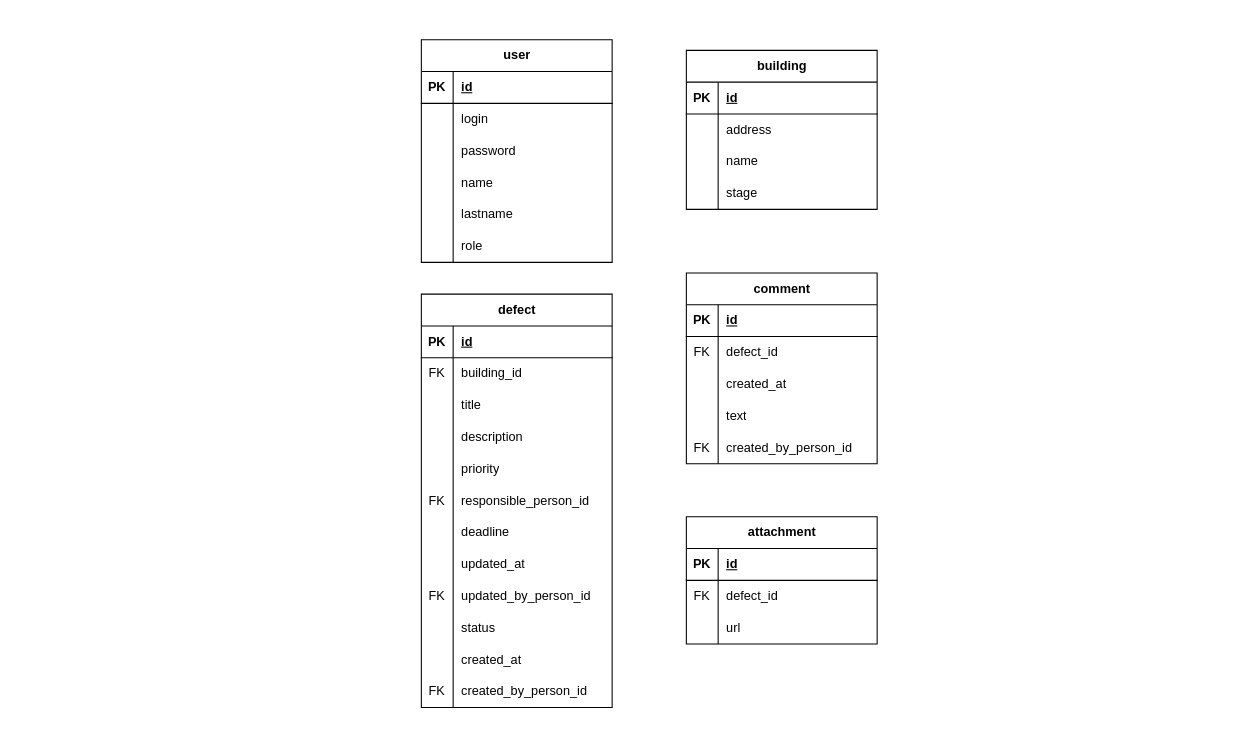
This is buisness analytics/BuilDefect_ER.drawio from Quasar777/buildefect, a draw.io file, before an edit. Source tidied: cells renumbered, new cells numbered last; positions are measured from the earlier drawing's top-left corner, leaving out a move shared by most shapes. Both pictures are drawn from the tidied source at 106%, with x=0, y=0 at pixel (421, 39).
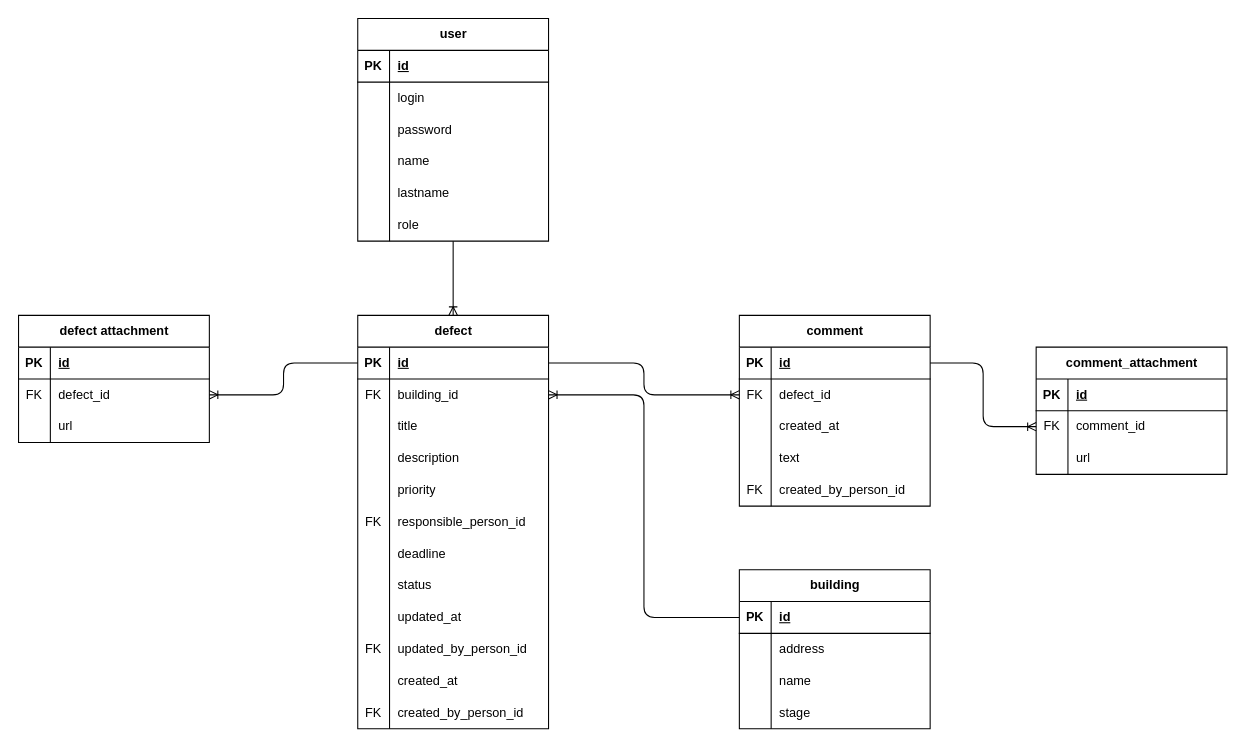
The same page after the edit.

The change refers to these unchanged cells:
```xml
<mxCell id="3" style="shape=tableRow;horizontal=0;startSize=0;swimlaneHead=0;swimlaneBody=0;fillColor=none;points=[[0,0.5],[1,0.5]];portConstraint=eastwest;top=0;left=0;right=0;bottom=1;" parent="2" vertex="1">
  <mxGeometry y="30" width="180" height="30" as="geometry" />
</mxCell>
<mxCell id="16" style="shape=tableRow;horizontal=0;startSize=0;swimlaneHead=0;swimlaneBody=0;fillColor=none;points=[[0,0.5],[1,0.5]];portConstraint=eastwest;top=0;left=0;right=0;bottom=1;" parent="15" vertex="1">
  <mxGeometry y="30" width="180" height="30" as="geometry" />
</mxCell>
<mxCell id="19" style="shape=tableRow;horizontal=0;startSize=0;swimlaneHead=0;swimlaneBody=0;fillColor=none;points=[[0,0.5],[1,0.5]];portConstraint=eastwest;top=0;left=0;right=0;bottom=0;" parent="15" vertex="1">
  <mxGeometry y="60" width="180" height="30" as="geometry" />
</mxCell>
<mxCell id="75" style="shape=tableRow;horizontal=0;startSize=0;swimlaneHead=0;swimlaneBody=0;fillColor=none;points=[[0,0.5],[1,0.5]];portConstraint=eastwest;top=0;left=0;right=0;bottom=0;" parent="71" vertex="1">
  <mxGeometry y="60" width="180" height="30" as="geometry" />
</mxCell>
<mxCell id="82" style="shape=tableRow;horizontal=0;startSize=0;swimlaneHead=0;swimlaneBody=0;fillColor=none;points=[[0,0.5],[1,0.5]];portConstraint=eastwest;top=0;left=0;right=0;bottom=1;" parent="81" vertex="1">
  <mxGeometry y="30" width="180" height="30" as="geometry" />
</mxCell>
<mxCell id="85" style="shape=tableRow;horizontal=0;startSize=0;swimlaneHead=0;swimlaneBody=0;fillColor=none;points=[[0,0.5],[1,0.5]];portConstraint=eastwest;top=0;left=0;right=0;bottom=0;" parent="81" vertex="1">
  <mxGeometry y="60" width="180" height="30" as="geometry" />
</mxCell>
```

Diff of the diagram source:
```diff
@@
     <mxCell id="2" value="building" style="shape=table;startSize=30;childLayout=tableLayout;rowLines=0;fontStyle=1;align=center;html=1;" parent="1" vertex="1">
-      <mxGeometry x="250" y="10" width="180" height="150" as="geometry" />
+      <mxGeometry x="300" y="500" width="180" height="150" as="geometry" />
     </mxCell>
@@
     <mxCell id="15" value="defect" style="shape=table;startSize=30;childLayout=tableLayout;rowLines=0;fontStyle=1;align=center;html=1;" parent="1" vertex="1">
-      <mxGeometry y="240" width="180" height="390" as="geometry" />
+      <mxGeometry x="-60" y="260" width="180" height="390" as="geometry" />
     </mxCell>
@@
+    <mxCell id="43" style="shape=tableRow;horizontal=0;startSize=0;swimlaneHead=0;swimlaneBody=0;fillColor=none;top=0;left=0;right=0;bottom=0;" parent="15" vertex="1">
+      <mxGeometry y="240" width="180" height="30" as="geometry" />
+    </mxCell>
+    <mxCell id="44" style="shape=partialRectangle;fillColor=none;top=0;left=0;bottom=0;right=0;overflow=hidden;whiteSpace=wrap;html=1;" parent="43" vertex="1">
+      <mxGeometry width="30" height="30" as="geometry" />
+    </mxCell>
+    <mxCell id="45" value="status" style="shape=partialRectangle;fillColor=none;top=0;left=0;bottom=0;right=0;align=left;spacingLeft=6;overflow=hidden;whiteSpace=wrap;html=1;" parent="43" vertex="1">
+      <mxGeometry x="30" width="150" height="30" as="geometry" />
+    </mxCell>
     <mxCell id="37" style="shape=tableRow;horizontal=0;startSize=0;swimlaneHead=0;swimlaneBody=0;fillColor=none;top=0;left=0;right=0;bottom=0;" parent="15" vertex="1">
-      <mxGeometry y="240" width="180" height="30" as="geometry" />
+      <mxGeometry y="270" width="180" height="30" as="geometry" />
     </mxCell>
@@
     <mxCell id="40" style="shape=tableRow;horizontal=0;startSize=0;swimlaneHead=0;swimlaneBody=0;fillColor=none;top=0;left=0;right=0;bottom=0;" parent="15" vertex="1">
-      <mxGeometry y="270" width="180" height="30" as="geometry" />
+      <mxGeometry y="300" width="180" height="30" as="geometry" />
     </mxCell>
@@
-    <mxCell id="43" style="shape=tableRow;horizontal=0;startSize=0;swimlaneHead=0;swimlaneBody=0;fillColor=none;top=0;left=0;right=0;bottom=0;" parent="15" vertex="1">
-      <mxGeometry y="300" width="180" height="30" as="geometry" />
-    </mxCell>
-    <mxCell id="44" style="shape=partialRectangle;fillColor=none;top=0;left=0;bottom=0;right=0;overflow=hidden;whiteSpace=wrap;html=1;" parent="43" vertex="1">
-      <mxGeometry width="30" height="30" as="geometry" />
-    </mxCell>
-    <mxCell id="45" value="status" style="shape=partialRectangle;fillColor=none;top=0;left=0;bottom=0;right=0;align=left;spacingLeft=6;overflow=hidden;whiteSpace=wrap;html=1;" parent="43" vertex="1">
-      <mxGeometry x="30" width="150" height="30" as="geometry" />
-    </mxCell>
@@
+    <mxCell id="97" style="edgeStyle=orthogonalEdgeStyle;rounded=1;jettySize=auto;html=1;entryX=0.5;entryY=0;entryDx=0;entryDy=0;curved=0;endArrow=ERoneToMany;endFill=0;" parent="1" edge="1" source="52" target="15">
+      <mxGeometry relative="1" as="geometry" />
+    </mxCell>
     <mxCell id="52" value="user" style="shape=table;startSize=30;childLayout=tableLayout;rowLines=0;fontStyle=1;align=center;html=1;" parent="1" vertex="1">
-      <mxGeometry width="180" height="210" as="geometry" />
+      <mxGeometry x="-60" y="-20" width="180" height="210" as="geometry" />
     </mxCell>
@@
-    <mxCell id="71" value="attachment" style="shape=table;startSize=30;childLayout=tableLayout;rowLines=0;fontStyle=1;align=center;html=1;" parent="1" vertex="1">
-      <mxGeometry x="250" y="450" width="180" height="120" as="geometry" />
+    <mxCell id="71" value="defect attachment" style="shape=table;startSize=30;childLayout=tableLayout;rowLines=0;fontStyle=1;align=center;html=1;" parent="1" vertex="1">
+      <mxGeometry x="-380" y="260" width="180" height="120" as="geometry" />
     </mxCell>
@@
     <mxCell id="81" value="comment" style="shape=table;startSize=30;childLayout=tableLayout;rowLines=0;fontStyle=1;align=center;html=1;" parent="1" vertex="1">
-      <mxGeometry x="250" y="220" width="180" height="180" as="geometry" />
+      <mxGeometry x="300" y="260" width="180" height="180" as="geometry" />
     </mxCell>
@@
+    <mxCell id="98" style="edgeStyle=orthogonalEdgeStyle;rounded=1;jettySize=auto;html=1;entryX=1;entryY=0.5;entryDx=0;entryDy=0;curved=0;endArrow=ERoneToMany;endFill=0;" parent="1" edge="1" source="3" target="19">
+      <mxGeometry relative="1" as="geometry" />
+    </mxCell>
+    <mxCell id="99" style="edgeStyle=orthogonalEdgeStyle;rounded=1;jettySize=auto;html=1;entryX=0;entryY=0.5;entryDx=0;entryDy=0;endArrow=ERoneToMany;endFill=0;curved=0;" parent="1" edge="1" source="16" target="85">
+      <mxGeometry relative="1" as="geometry" />
+    </mxCell>
+    <mxCell id="100" value="comment_attachment" style="shape=table;startSize=30;childLayout=tableLayout;rowLines=0;fontStyle=1;align=center;html=1;" parent="1" vertex="1">
+      <mxGeometry x="580" y="290" width="180" height="120" as="geometry" />
+    </mxCell>
+    <mxCell id="101" style="shape=tableRow;horizontal=0;startSize=0;swimlaneHead=0;swimlaneBody=0;fillColor=none;top=0;left=0;right=0;bottom=1;" parent="100" vertex="1">
+      <mxGeometry y="30" width="180" height="30" as="geometry" />
+    </mxCell>
+    <mxCell id="102" value="PK" style="shape=partialRectangle;fillColor=none;top=0;left=0;bottom=0;right=0;fontStyle=1;overflow=hidden;whiteSpace=wrap;html=1;" parent="101" vertex="1">
+      <mxGeometry width="30" height="30" as="geometry" />
+    </mxCell>
+    <mxCell id="103" value="id" style="shape=partialRectangle;fillColor=none;top=0;left=0;bottom=0;right=0;align=left;spacingLeft=6;fontStyle=5;overflow=hidden;whiteSpace=wrap;html=1;" parent="101" vertex="1">
+      <mxGeometry x="30" width="150" height="30" as="geometry" />
+    </mxCell>
+    <mxCell id="104" style="shape=tableRow;horizontal=0;startSize=0;swimlaneHead=0;swimlaneBody=0;fillColor=none;points=[[0,0.5],[1,0.5]];portConstraint=eastwest;top=0;left=0;right=0;bottom=0;" parent="100" vertex="1">
+      <mxGeometry y="60" width="180" height="30" as="geometry" />
+    </mxCell>
+    <mxCell id="105" value="FK" style="shape=partialRectangle;fillColor=none;top=0;left=0;bottom=0;right=0;overflow=hidden;whiteSpace=wrap;html=1;" parent="104" vertex="1">
+      <mxGeometry width="30" height="30" as="geometry" />
+    </mxCell>
+    <mxCell id="106" value="comment_id" style="shape=partialRectangle;fillColor=none;top=0;left=0;bottom=0;right=0;align=left;spacingLeft=6;overflow=hidden;whiteSpace=wrap;html=1;" parent="104" vertex="1">
+      <mxGeometry x="30" width="150" height="30" as="geometry" />
+    </mxCell>
+    <mxCell id="107" style="shape=tableRow;horizontal=0;startSize=0;swimlaneHead=0;swimlaneBody=0;fillColor=none;top=0;left=0;right=0;bottom=0;" parent="100" vertex="1">
+      <mxGeometry y="90" width="180" height="30" as="geometry" />
+    </mxCell>
+    <mxCell id="108" style="shape=partialRectangle;fillColor=none;top=0;left=0;bottom=0;right=0;overflow=hidden;whiteSpace=wrap;html=1;" parent="107" vertex="1">
+      <mxGeometry width="30" height="30" as="geometry" />
+    </mxCell>
+    <mxCell id="109" value="url" style="shape=partialRectangle;fillColor=none;top=0;left=0;bottom=0;right=0;align=left;spacingLeft=6;overflow=hidden;whiteSpace=wrap;html=1;" parent="107" vertex="1">
+      <mxGeometry x="30" width="150" height="30" as="geometry" />
+    </mxCell>
+    <mxCell id="110" style="edgeStyle=orthogonalEdgeStyle;rounded=1;jettySize=auto;html=1;entryX=1;entryY=0.5;entryDx=0;entryDy=0;curved=0;endArrow=ERoneToMany;endFill=0;" parent="1" edge="1" source="16" target="75">
+      <mxGeometry relative="1" as="geometry" />
+    </mxCell>
+    <mxCell id="111" style="edgeStyle=orthogonalEdgeStyle;rounded=1;jettySize=auto;html=1;entryX=0;entryY=0.5;entryDx=0;entryDy=0;curved=0;endArrow=ERoneToMany;endFill=0;" parent="1" edge="1" source="82" target="104">
+      <mxGeometry relative="1" as="geometry" />
+    </mxCell>
```
